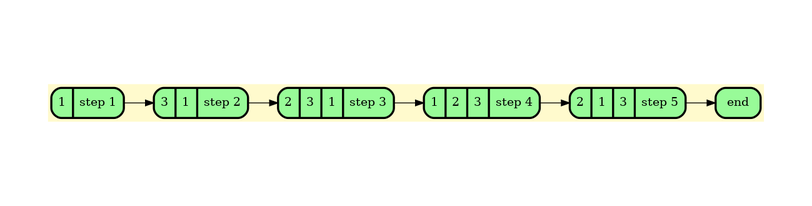
Before: graphDump/dump.png, a diagram exported from Graphviz (BulgakovDmitry/LFU_cache). Its source is kept beside it as graphDump/dump.gv.
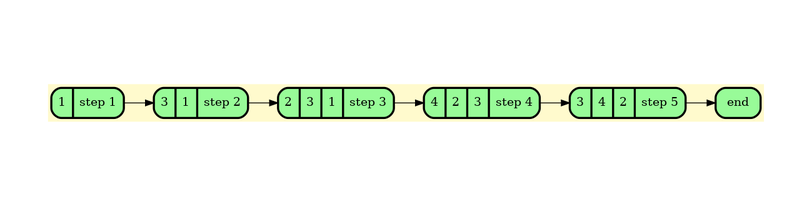
The same diagram one commit later.

What changed in the source:
```diff
@@ -7,8 +7,8 @@
 	node_0 [shape=Mrecord; style = filled; fillcolor = palegreen;color = "#000000"; fontcolor = "#000000";  label=" {1 | step 1} "];
 	node_1 [shape=Mrecord; style = filled; fillcolor = palegreen;color = "#000000"; fontcolor = "#000000";  label=" {3 | 1 | step 2} "];
 	node_2 [shape=Mrecord; style = filled; fillcolor = palegreen;color = "#000000"; fontcolor = "#000000";  label=" {2 | 3 | 1 | step 3} "];
-	node_3 [shape=Mrecord; style = filled; fillcolor = palegreen;color = "#000000"; fontcolor = "#000000";  label=" {1 | 2 | 3 | step 4} "];
-	node_4 [shape=Mrecord; style = filled; fillcolor = palegreen;color = "#000000"; fontcolor = "#000000";  label=" {2 | 1 | 3 | step 5} "];
+	node_3 [shape=Mrecord; style = filled; fillcolor = palegreen;color = "#000000"; fontcolor = "#000000";  label=" {4 | 2 | 3 | step 4} "];
+	node_4 [shape=Mrecord; style = filled; fillcolor = palegreen;color = "#000000"; fontcolor = "#000000";  label=" {3 | 4 | 2 | step 5} "];
 	node_5 [shape=Mrecord; style = filled; fillcolor = palegreen;color = "#000000"; fontcolor = "#000000";  label=" { end }"];
 
 	node_0 -> node_1
```
